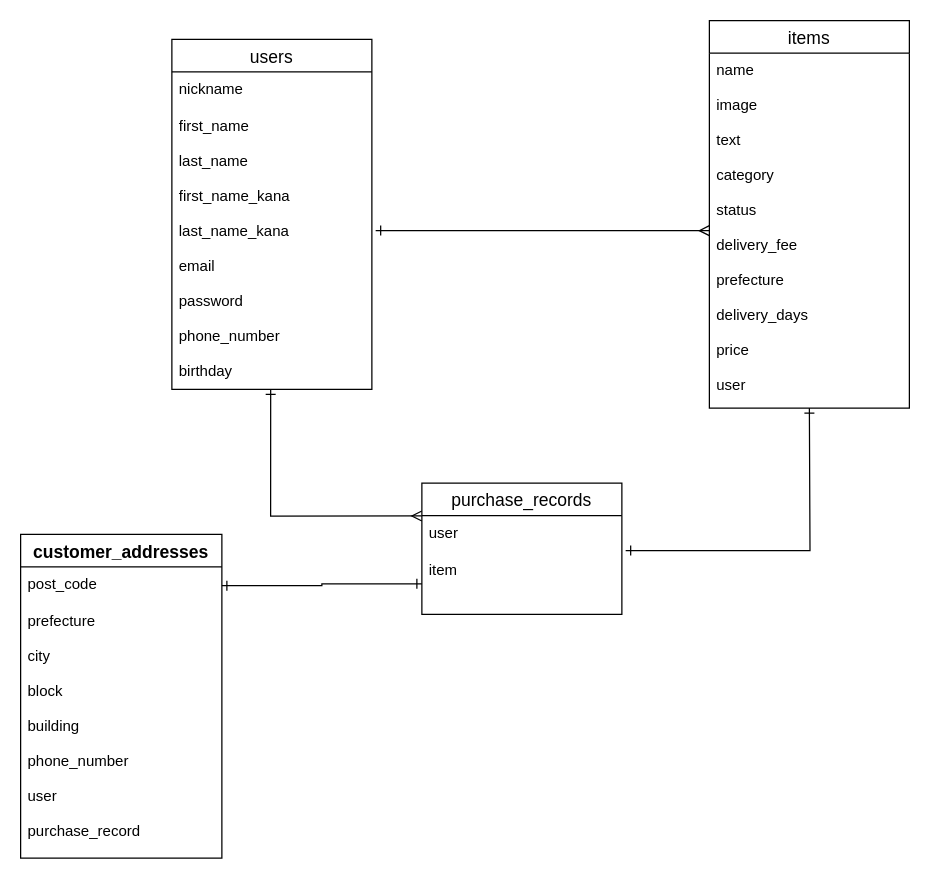
Before: furima.dio in Machiko802/furima-33844, a draw.io diagram. Source tidied: cells renumbered, new cells numbered last; positions are measured from the earlier drawing's top-left corner, leaving out a move shared by most shapes. Both pictures are drawn from the tidied source at 125%, with x=0, y=0 at pixel (20, 20).
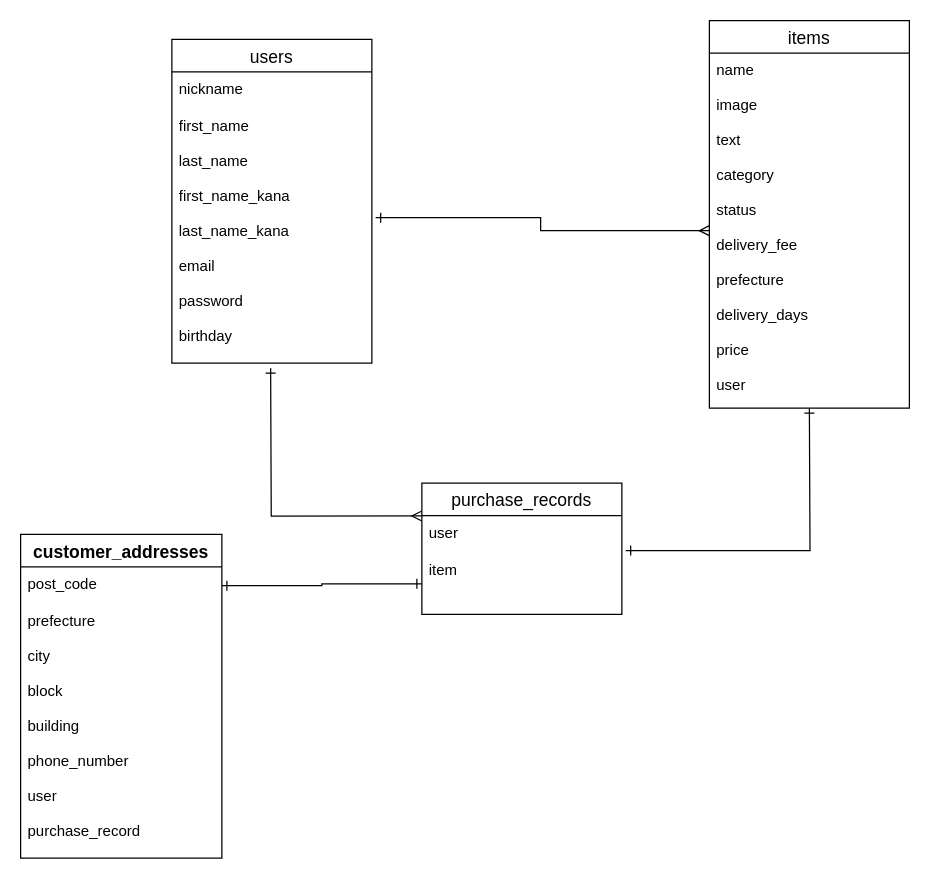
The same page after the edit.

Commit message (it also covers changes not shown here):
カラム追加＆変更の再修正

Change to the diagram source:
```diff
@@
 <mxGraphModel>
   <root>
     <mxCell id="0" />
     <mxCell id="1" parent="0" />
     <mxCell id="2" value="users" style="swimlane;fontStyle=0;horizontal=1;startSize=26;align=center;fontSize=14;" parent="1" vertex="1">
-      <mxGeometry x="121" y="15" width="160" height="280" as="geometry" />
+      <mxGeometry x="121" y="15" width="160" height="259" as="geometry" />
     </mxCell>
     <mxCell id="3" value="nickname" style="text;strokeColor=none;fillColor=none;spacingLeft=4;spacingRight=4;overflow=hidden;fontSize=12;" parent="2" vertex="1">
-      <mxGeometry y="26" width="160" height="254" as="geometry" />
+      <mxGeometry y="26" width="160" height="233" as="geometry" />
     </mxCell>
     <mxCell id="4" value="items" style="swimlane;fontStyle=0;horizontal=1;startSize=26;align=center;fontSize=14;" parent="1" vertex="1">
       <mxGeometry x="551" width="160" height="310" as="geometry" />
     </mxCell>
     <mxCell id="5" value="name&#10;&#10;image&#10;&#10;text&#10;&#10;category&#10;&#10;status&#10;&#10;delivery_fee&#10;&#10;prefecture&#10;&#10;delivery_days&#10;&#10;price&#10;&#10;user&#10;&#10;&#10;&#10;&#10;&#10;&#10;&#10;&#10;&#10;" style="text;strokeColor=none;fillColor=none;spacingLeft=4;spacingRight=4;overflow=hidden;points=[[0,0.5],[1,0.5]];portConstraint=eastwest;fontSize=12;" parent="4" vertex="1">
       <mxGeometry y="26" width="160" height="284" as="geometry" />
     </mxCell>
     <mxCell id="6" style="edgeStyle=orthogonalEdgeStyle;rounded=0;jettySize=auto;html=1;exitX=1.019;exitY=0.933;exitDx=0;exitDy=0;startArrow=ERone;startFill=0;endArrow=ERone;endFill=0;strokeWidth=1;exitPerimeter=0;" parent="4" edge="1" source="10">
       <mxGeometry relative="1" as="geometry">
         <mxPoint x="80" y="310" as="targetPoint" />
       </mxGeometry>
     </mxCell>
     <mxCell id="7" style="edgeStyle=orthogonalEdgeStyle;rounded=0;jettySize=auto;html=1;entryX=0;entryY=0.5;entryDx=0;entryDy=0;endArrow=ERmany;endFill=0;strokeWidth=1;startArrow=ERone;startFill=0;exitX=1.019;exitY=0.433;exitDx=0;exitDy=0;exitPerimeter=0;" parent="1" edge="1" source="12" target="5">
       <mxGeometry relative="1" as="geometry" />
     </mxCell>
-    <mxCell id="8" style="edgeStyle=orthogonalEdgeStyle;rounded=0;jettySize=auto;html=1;entryX=0.494;entryY=1;entryDx=0;entryDy=0;entryPerimeter=0;startArrow=ERmany;startFill=0;endArrow=ERone;endFill=0;strokeWidth=1;exitX=0;exitY=0.25;exitDx=0;exitDy=0;" parent="1" edge="1" source="9" target="12">
-      <mxGeometry relative="1" as="geometry" />
+    <mxCell id="8" style="edgeStyle=orthogonalEdgeStyle;rounded=0;jettySize=auto;html=1;startArrow=ERmany;startFill=0;endArrow=ERone;endFill=0;strokeWidth=1;exitX=0;exitY=0.25;exitDx=0;exitDy=0;" parent="1" edge="1" source="9">
+      <mxGeometry relative="1" as="geometry">
+        <mxPoint x="200" y="278" as="targetPoint" />
+      </mxGeometry>
     </mxCell>
     <mxCell id="9" value="purchase_records" style="swimlane;fontStyle=0;horizontal=1;startSize=26;align=center;fontSize=14;" parent="1" vertex="1">
       <mxGeometry x="321" y="370" width="160" height="105" as="geometry" />
     </mxCell>
     <mxCell id="10" value="user" style="text;strokeColor=none;fillColor=none;spacingLeft=4;spacingRight=4;overflow=hidden;points=[[0,0.5],[1,0.5]];portConstraint=eastwest;fontSize=12;" parent="9" vertex="1">
       <mxGeometry y="26" width="160" height="30" as="geometry" />
     </mxCell>
     <mxCell id="11" value="item" style="text;strokeColor=none;fillColor=none;spacingLeft=4;spacingRight=4;overflow=hidden;points=[[0,0.5],[1,0.5]];portConstraint=eastwest;fontSize=12;" parent="9" vertex="1">
       <mxGeometry y="56" width="160" height="49" as="geometry" />
     </mxCell>
-    <mxCell id="12" value="first_name&#10;&#10;last_name&#10;&#10;first_name_kana&#10;&#10;last_name_kana&#10;&#10;email&#10;&#10;password&#10;&#10;phone_number&#10;&#10;birthday&#10;&#10;" style="text;strokeColor=none;fillColor=none;spacingLeft=4;spacingRight=4;overflow=hidden;points=[[0,0.5],[1,0.5]];portConstraint=eastwest;fontSize=12;" parent="1" vertex="1">
-      <mxGeometry x="121" y="71" width="160" height="224" as="geometry" />
+    <mxCell id="12" value="first_name&#10;&#10;last_name&#10;&#10;first_name_kana&#10;&#10;last_name_kana&#10;&#10;email&#10;&#10;password&#10;&#10;birthday&#10;&#10;" style="text;strokeColor=none;fillColor=none;spacingLeft=4;spacingRight=4;overflow=hidden;points=[[0,0.5],[1,0.5]];portConstraint=eastwest;fontSize=12;" parent="1" vertex="1">
+      <mxGeometry x="121" y="71" width="160" height="200" as="geometry" />
     </mxCell>
     <mxCell id="13" value="customer_addresses" style="swimlane;fontStyle=1;horizontal=1;startSize=26;align=center;fontSize=14;" parent="1" vertex="1">
       <mxGeometry y="411" width="161" height="259" as="geometry" />
     </mxCell>
     <mxCell id="14" value="post_code" style="text;strokeColor=none;fillColor=none;spacingLeft=4;spacingRight=4;overflow=hidden;points=[[0,0.5],[1,0.5]];portConstraint=eastwest;fontSize=12;" parent="13" vertex="1">
       <mxGeometry y="26" width="161" height="30" as="geometry" />
     </mxCell>
     <mxCell id="15" value="prefecture&#10;&#10;city&#10;&#10;block&#10;&#10;building&#10;&#10;phone_number&#10;&#10;user&#10;&#10;purchase_record" style="text;strokeColor=none;fillColor=none;spacingLeft=4;spacingRight=4;overflow=hidden;fontSize=12;" parent="13" vertex="1">
       <mxGeometry y="56" width="161" height="203" as="geometry" />
     </mxCell>
     <mxCell id="16" style="edgeStyle=orthogonalEdgeStyle;rounded=0;jettySize=auto;html=1;exitX=1;exitY=0.5;exitDx=0;exitDy=0;entryX=0;entryY=0.5;entryDx=0;entryDy=0;startArrow=ERone;startFill=0;endArrow=ERone;endFill=0;fontSize=12;" parent="1" edge="1" source="14" target="11">
       <mxGeometry relative="1" as="geometry" />
     </mxCell>
   </root>
 </mxGraphModel>
```
